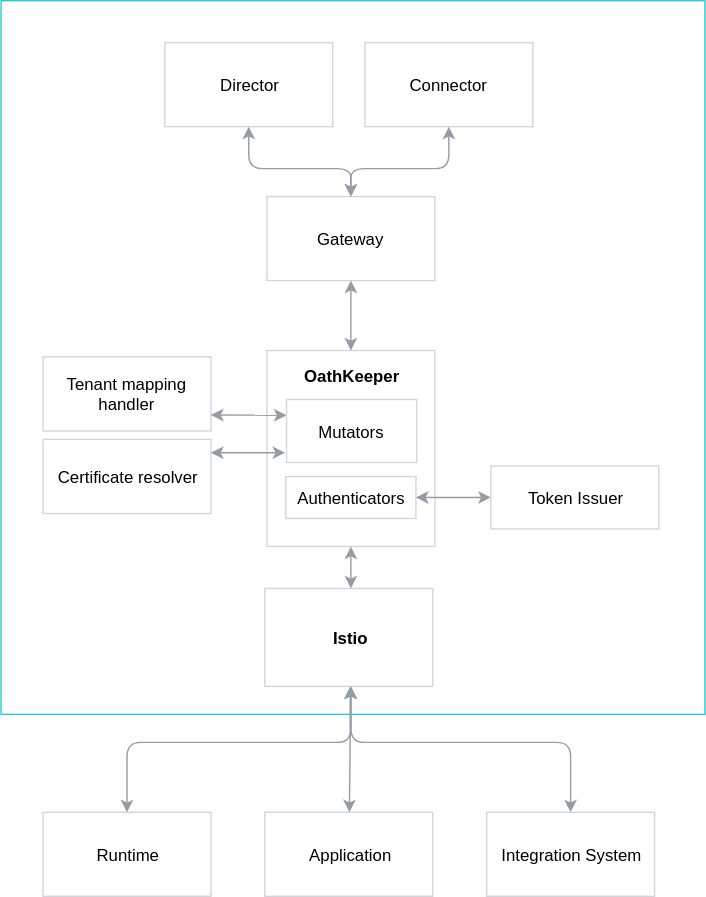
Above: docs/compass/assets/security-architecture.svg in kyma-incubator/compass (draw.io), before the change. Source tidied: cells renumbered, new cells last; positions are measured from the earlier drawing's top-left corner, leaving out a move shared by most shapes.
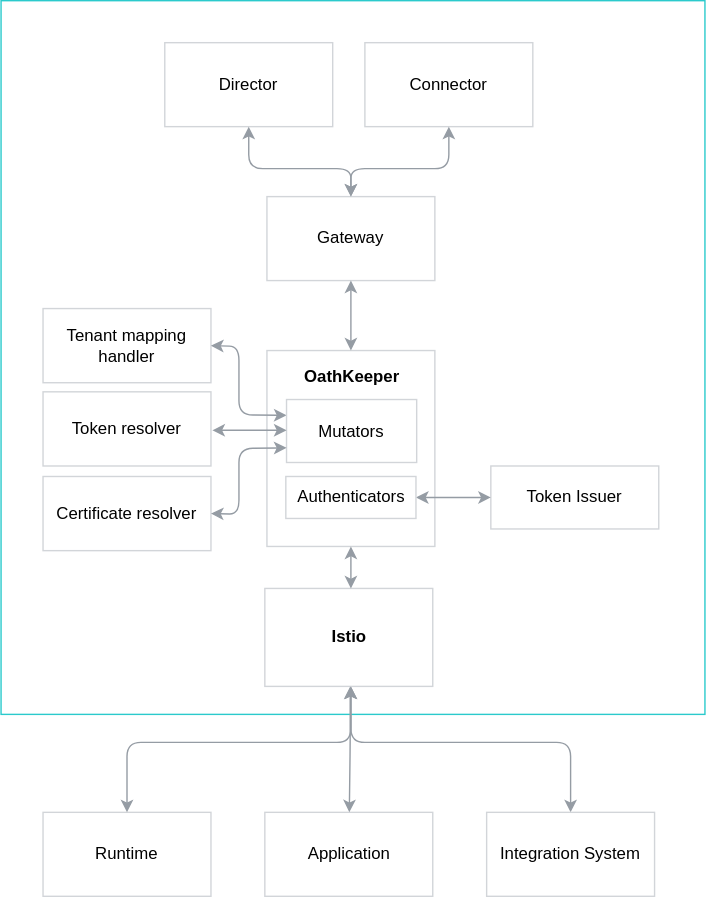
Later version of the same file.

Commit message:
Draft One-time token authentication flow

Change to the diagram source:
```diff
@@ -9,7 +9,7 @@
       <mxGeometry x="190" y="140" width="120" height="60" as="geometry" />
     </mxCell>
     <mxCell id="4" value="Tenant mapping handler" style="rounded=0;whiteSpace=wrap;html=1;fillColor=#FFFFFF;strokeColor=#D2D5D9;" parent="1" vertex="1">
-      <mxGeometry x="30" y="254.5" width="120" height="53" as="geometry" />
+      <mxGeometry x="30" y="220" width="120" height="53" as="geometry" />
     </mxCell>
     <mxCell id="5" style="rounded=0;whiteSpace=wrap;html=1;strokeColor=#D2D5D9;" parent="1" vertex="1">
       <mxGeometry x="190" y="250" width="120" height="140" as="geometry" />
@@ -17,9 +17,12 @@
     <mxCell id="6" value="Token Issuer" style="rounded=0;whiteSpace=wrap;html=1;strokeColor=#D2D5D9;" parent="1" vertex="1">
       <mxGeometry x="350" y="332.5" width="120" height="45" as="geometry" />
     </mxCell>
-    <mxCell id="7" style="endArrow=classic;startArrow=classic;html=1;entryX=0;entryY=0.25;entryDx=0;entryDy=0;strokeColor=#959CA4;" parent="1" edge="1" target="15">
+    <mxCell id="7" style="endArrow=classic;startArrow=classic;html=1;entryX=0;entryY=0.25;entryDx=0;entryDy=0;strokeColor=#959CA4;exitX=1;exitY=0.5;exitDx=0;exitDy=0;" parent="1" edge="1" source="4" target="15">
       <mxGeometry relative="1" as="geometry">
-        <mxPoint x="150" y="296" as="sourcePoint" />
+        <Array as="points">
+          <mxPoint x="170" y="247" />
+          <mxPoint x="170" y="296" />
+        </Array>
       </mxGeometry>
     </mxCell>
     <mxCell id="8" style="endArrow=classic;startArrow=classic;html=1;exitX=1;exitY=0.5;exitDx=0;exitDy=0;strokeColor=#959CA4;entryX=0;entryY=0.5;entryDx=0;entryDy=0;" parent="1" edge="1" source="14" target="6">
@@ -96,12 +99,15 @@
       </mxGeometry>
     </mxCell>
     <mxCell id="23" value="Certificate resolver" style="rounded=0;whiteSpace=wrap;html=1;fillColor=#FFFFFF;strokeColor=#D2D5D9;" parent="1" vertex="1">
-      <mxGeometry x="30" y="313.5" width="120" height="53" as="geometry" />
+      <mxGeometry x="30" y="340" width="120" height="53" as="geometry" />
     </mxCell>
-    <mxCell id="24" style="endArrow=classic;startArrow=classic;html=1;strokeColor=#959CA4;" parent="1" edge="1">
+    <mxCell id="24" style="endArrow=classic;startArrow=classic;html=1;strokeColor=#959CA4;exitX=1;exitY=0.5;exitDx=0;exitDy=0;" parent="1" edge="1" source="23">
       <mxGeometry relative="1" as="geometry">
-        <mxPoint x="150" y="323" as="sourcePoint" />
-        <mxPoint x="203" y="323" as="targetPoint" />
+        <mxPoint x="204" y="319.5" as="targetPoint" />
+        <Array as="points">
+          <mxPoint x="170" y="367" />
+          <mxPoint x="170" y="320" />
+        </Array>
       </mxGeometry>
     </mxCell>
     <mxCell id="25" value="Integration System" style="rounded=0;whiteSpace=wrap;html=1;strokeColor=#D2D5D9;" parent="1" vertex="1">
@@ -115,5 +121,14 @@
         </Array>
       </mxGeometry>
     </mxCell>
+    <mxCell id="27" value="Token resolver" style="rounded=0;whiteSpace=wrap;html=1;fillColor=#FFFFFF;strokeColor=#D2D5D9;" parent="1" vertex="1">
+      <mxGeometry x="30" y="279.5" width="120" height="53" as="geometry" />
+    </mxCell>
+    <mxCell id="28" style="endArrow=classic;startArrow=classic;html=1;strokeColor=#959CA4;" parent="1" edge="1">
+      <mxGeometry relative="1" as="geometry">
+        <mxPoint x="151" y="307" as="sourcePoint" />
+        <mxPoint x="204" y="307" as="targetPoint" />
+      </mxGeometry>
+    </mxCell>
   </root>
 </mxGraphModel>
```
